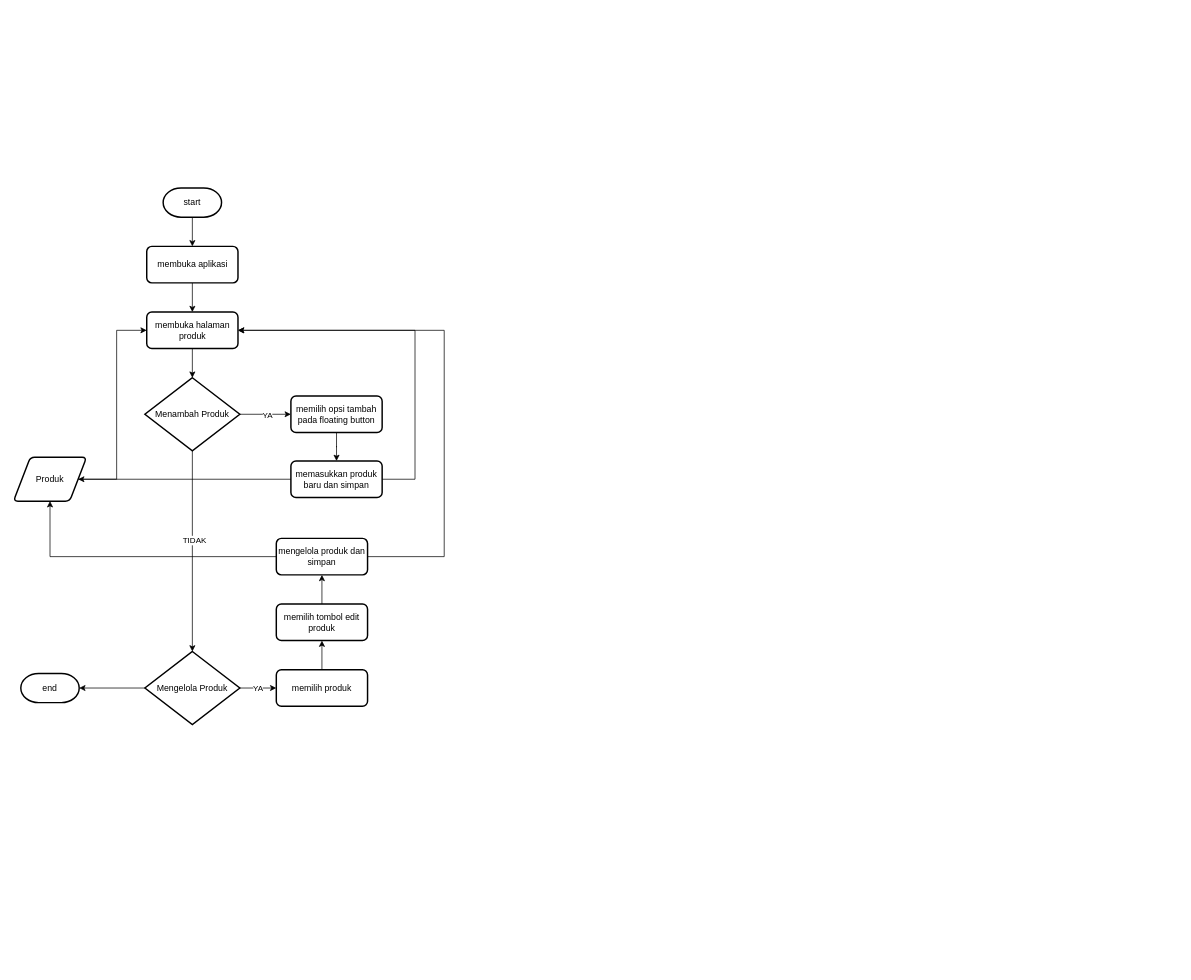
This is page "tambah produk" (10 of 12) of Untitled Diagram.drawio from rukadabra/test, a draw.io file, before an edit. Source tidied: cells renumbered, new cells numbered last; positions are measured from the earlier drawing's top-left corner, leaving out a move shared by most shapes. Both pictures are drawn from the tidied source at 73%, with x=0, y=0 at pixel (13, 188).
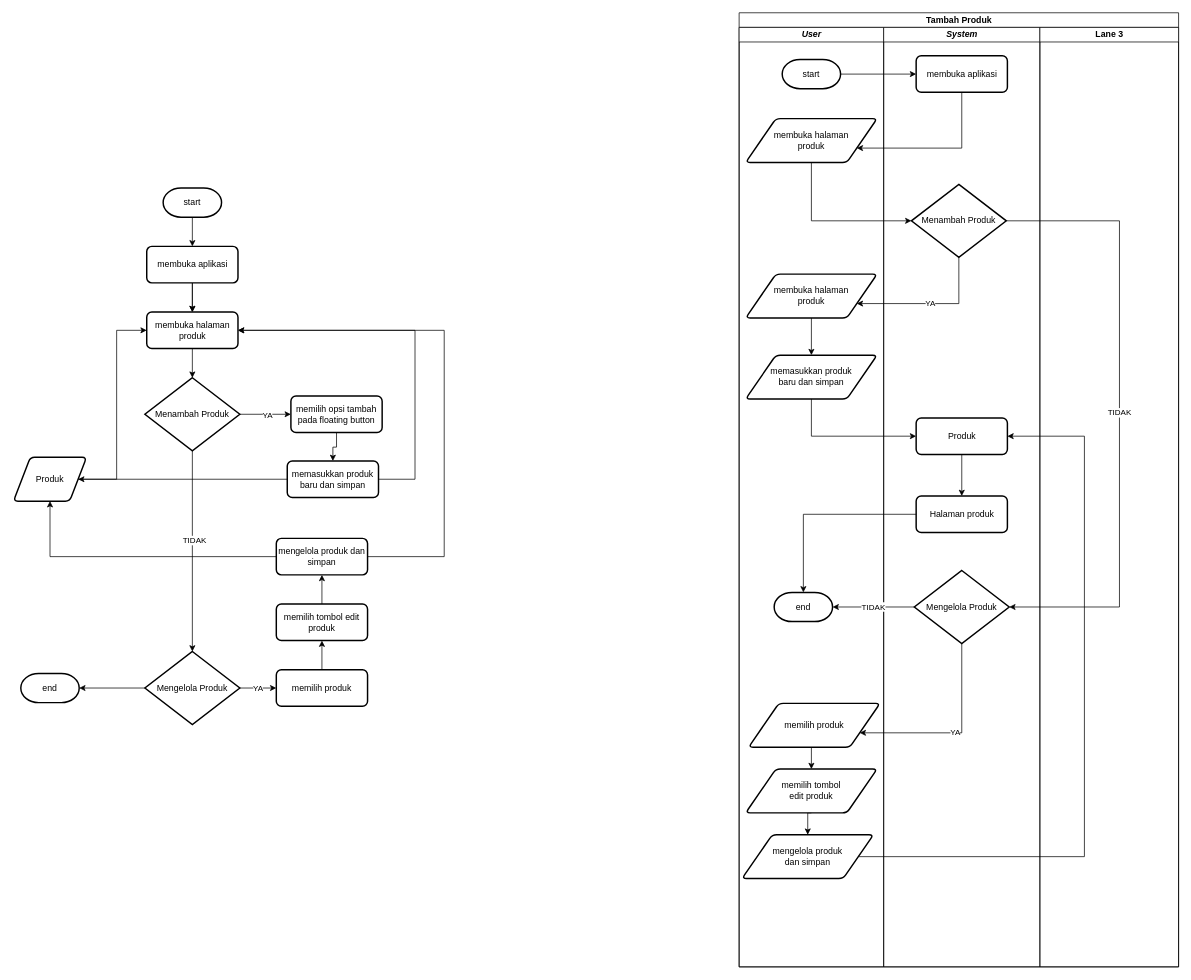
After the change.

Unchanged cells that the change refers to:
```xml
<mxCell id="5" value="membuka aplikasi" style="rounded=1;whiteSpace=wrap;html=1;absoluteArcSize=1;arcSize=14;strokeWidth=2;" parent="1" vertex="1">
  <mxGeometry x="182.5" y="80" width="125" height="50" as="geometry" />
</mxCell>
<mxCell id="9" value="membuka halaman produk" style="rounded=1;whiteSpace=wrap;html=1;absoluteArcSize=1;arcSize=14;strokeWidth=2;" parent="1" vertex="1">
  <mxGeometry x="182.5" y="170" width="125" height="50" as="geometry" />
</mxCell>
```

Diff of the diagram source:
```diff
@@
+    <mxCell id="31" style="edgeStyle=orthogonalEdgeStyle;rounded=0;jettySize=auto;html=1;" parent="1" edge="1" source="5" target="9">
+      <mxGeometry relative="1" as="geometry" />
+    </mxCell>
@@
     <mxCell id="19" value="memasukkan produk baru dan simpan" style="rounded=1;whiteSpace=wrap;html=1;absoluteArcSize=1;arcSize=14;strokeWidth=2;" parent="1" vertex="1">
-      <mxGeometry x="380" y="374" width="125" height="50" as="geometry" />
+      <mxGeometry x="375" y="374" width="125" height="50" as="geometry" />
     </mxCell>
@@
+    <mxCell id="32" value="Tambah Produk" style="swimlane;startSize=20;html=1;" parent="1" vertex="1">
+      <mxGeometry x="994" y="-240" width="602" height="1307" as="geometry" />
+    </mxCell>
+    <mxCell id="33" value="&lt;i&gt;User&lt;/i&gt;" style="swimlane;startSize=20;html=1;" parent="32" vertex="1">
+      <mxGeometry y="20" width="198" height="1287" as="geometry" />
+    </mxCell>
+    <mxCell id="34" value="start" style="strokeWidth=2;html=1;shape=mxgraph.flowchart.terminator;whiteSpace=wrap;" parent="33" vertex="1">
+      <mxGeometry x="59" y="44" width="80" height="40" as="geometry" />
+    </mxCell>
+    <mxCell id="35" value="membuka halaman &lt;br&gt;produk" style="shape=parallelogram;html=1;strokeWidth=2;perimeter=parallelogramPerimeter;whiteSpace=wrap;rounded=1;arcSize=12;size=0.23;" parent="33" vertex="1">
+      <mxGeometry x="9" y="125" width="180" height="60" as="geometry" />
+    </mxCell>
+    <mxCell id="36" style="edgeStyle=orthogonalEdgeStyle;rounded=0;jettySize=auto;html=1;exitX=0.5;exitY=1;exitDx=0;exitDy=0;entryX=0.5;entryY=0;entryDx=0;entryDy=0;" parent="33" edge="1" source="37" target="38">
+      <mxGeometry relative="1" as="geometry" />
+    </mxCell>
+    <mxCell id="37" value="membuka halaman &lt;br&gt;produk" style="shape=parallelogram;html=1;strokeWidth=2;perimeter=parallelogramPerimeter;whiteSpace=wrap;rounded=1;arcSize=12;size=0.23;" parent="33" vertex="1">
+      <mxGeometry x="9" y="338" width="180" height="60" as="geometry" />
+    </mxCell>
+    <mxCell id="38" value="memasukkan produk &lt;br&gt;baru dan simpan" style="shape=parallelogram;html=1;strokeWidth=2;perimeter=parallelogramPerimeter;whiteSpace=wrap;rounded=1;arcSize=12;size=0.23;" parent="33" vertex="1">
+      <mxGeometry x="9" y="449" width="180" height="60" as="geometry" />
+    </mxCell>
+    <mxCell id="39" style="edgeStyle=orthogonalEdgeStyle;rounded=0;orthogonalLoop=1;jettySize=auto;html=1;exitX=0.5;exitY=1;exitDx=0;exitDy=0;" parent="33" edge="1" source="38" target="38">
+      <mxGeometry relative="1" as="geometry" />
+    </mxCell>
+    <mxCell id="40" value="end" style="strokeWidth=2;html=1;shape=mxgraph.flowchart.terminator;whiteSpace=wrap;" parent="33" vertex="1">
+      <mxGeometry x="48" y="774" width="80" height="40" as="geometry" />
+    </mxCell>
+    <mxCell id="41" style="edgeStyle=orthogonalEdgeStyle;rounded=0;jettySize=auto;html=1;exitX=0.5;exitY=1;exitDx=0;exitDy=0;entryX=0.5;entryY=0;entryDx=0;entryDy=0;" parent="33" edge="1" source="42" target="44">
+      <mxGeometry relative="1" as="geometry" />
+    </mxCell>
+    <mxCell id="42" value="memilih produk" style="shape=parallelogram;html=1;strokeWidth=2;perimeter=parallelogramPerimeter;whiteSpace=wrap;rounded=1;arcSize=12;size=0.23;" parent="33" vertex="1">
+      <mxGeometry x="13" y="926" width="180" height="60" as="geometry" />
+    </mxCell>
+    <mxCell id="43" style="edgeStyle=orthogonalEdgeStyle;rounded=0;jettySize=auto;html=1;exitX=0.5;exitY=1;exitDx=0;exitDy=0;entryX=0.5;entryY=0;entryDx=0;entryDy=0;" parent="33" edge="1" source="44" target="45">
+      <mxGeometry relative="1" as="geometry" />
+    </mxCell>
+    <mxCell id="44" value="memilih tombol &lt;br&gt;edit produk" style="shape=parallelogram;html=1;strokeWidth=2;perimeter=parallelogramPerimeter;whiteSpace=wrap;rounded=1;arcSize=12;size=0.23;" parent="33" vertex="1">
+      <mxGeometry x="9" y="1016" width="180" height="60" as="geometry" />
+    </mxCell>
+    <mxCell id="45" value="mengelola produk &lt;br&gt;dan simpan" style="shape=parallelogram;html=1;strokeWidth=2;perimeter=parallelogramPerimeter;whiteSpace=wrap;rounded=1;arcSize=12;size=0.23;" parent="33" vertex="1">
+      <mxGeometry x="4" y="1106" width="180" height="60" as="geometry" />
+    </mxCell>
+    <mxCell id="46" value="&lt;b&gt;&lt;i&gt;System&lt;/i&gt;&lt;/b&gt;" style="swimlane;startSize=20;html=1;" parent="32" vertex="1">
+      <mxGeometry x="198" y="20" width="214" height="1287" as="geometry" />
+    </mxCell>
+    <mxCell id="47" value="membuka aplikasi" style="rounded=1;whiteSpace=wrap;html=1;absoluteArcSize=1;arcSize=14;strokeWidth=2;" parent="46" vertex="1">
+      <mxGeometry x="44.5" y="39" width="125" height="50" as="geometry" />
+    </mxCell>
+    <mxCell id="48" value="TIDAK" style="edgeStyle=orthogonalEdgeStyle;rounded=0;jettySize=auto;html=1;exitX=1;exitY=0.5;exitDx=0;exitDy=0;exitPerimeter=0;entryX=1;entryY=0.5;entryDx=0;entryDy=0;entryPerimeter=0;" parent="46" edge="1" source="49" target="53">
+      <mxGeometry relative="1" as="geometry">
+        <Array as="points">
+          <mxPoint x="323" y="265" />
+          <mxPoint x="323" y="794" />
+        </Array>
+      </mxGeometry>
+    </mxCell>
+    <mxCell id="49" value="Menambah Produk" style="strokeWidth=2;html=1;shape=mxgraph.flowchart.decision;whiteSpace=wrap;" parent="46" vertex="1">
+      <mxGeometry x="38" y="215" width="130" height="100" as="geometry" />
+    </mxCell>
+    <mxCell id="50" value="Produk" style="rounded=1;whiteSpace=wrap;html=1;absoluteArcSize=1;arcSize=14;strokeWidth=2;" parent="46" vertex="1">
+      <mxGeometry x="44.5" y="535" width="125" height="50" as="geometry" />
+    </mxCell>
+    <mxCell id="51" value="Halaman produk" style="rounded=1;whiteSpace=wrap;html=1;absoluteArcSize=1;arcSize=14;strokeWidth=2;" parent="46" vertex="1">
+      <mxGeometry x="44.5" y="642" width="125" height="50" as="geometry" />
+    </mxCell>
+    <mxCell id="52" style="edgeStyle=orthogonalEdgeStyle;rounded=0;jettySize=auto;html=1;exitX=0.5;exitY=1;exitDx=0;exitDy=0;entryX=0.5;entryY=0;entryDx=0;entryDy=0;" parent="46" edge="1" source="50" target="51">
+      <mxGeometry relative="1" as="geometry" />
+    </mxCell>
+    <mxCell id="53" value="Mengelola Produk" style="strokeWidth=2;html=1;shape=mxgraph.flowchart.decision;whiteSpace=wrap;" parent="46" vertex="1">
+      <mxGeometry x="42" y="744" width="130" height="100" as="geometry" />
+    </mxCell>
+    <mxCell id="54" value="Lane 3" style="swimlane;startSize=20;html=1;" parent="32" vertex="1">
+      <mxGeometry x="412" y="20" width="190" height="1287" as="geometry" />
+    </mxCell>
+    <mxCell id="55" style="edgeStyle=orthogonalEdgeStyle;rounded=0;jettySize=auto;html=1;entryX=0;entryY=0.5;entryDx=0;entryDy=0;" parent="32" edge="1" source="34" target="47">
+      <mxGeometry relative="1" as="geometry" />
+    </mxCell>
+    <mxCell id="56" style="edgeStyle=orthogonalEdgeStyle;rounded=0;jettySize=auto;html=1;exitX=0.5;exitY=1;exitDx=0;exitDy=0;entryX=1;entryY=0.75;entryDx=0;entryDy=0;" parent="32" edge="1" source="47" target="35">
+      <mxGeometry relative="1" as="geometry">
+        <Array as="points">
+          <mxPoint x="305" y="185" />
+        </Array>
+      </mxGeometry>
+    </mxCell>
+    <mxCell id="57" style="edgeStyle=orthogonalEdgeStyle;rounded=0;jettySize=auto;html=1;exitX=0.5;exitY=1;exitDx=0;exitDy=0;entryX=0;entryY=0.5;entryDx=0;entryDy=0;entryPerimeter=0;" parent="32" edge="1" source="35" target="49">
+      <mxGeometry relative="1" as="geometry" />
+    </mxCell>
+    <mxCell id="58" value="YA" style="edgeStyle=orthogonalEdgeStyle;rounded=0;jettySize=auto;html=1;exitX=0.5;exitY=1;exitDx=0;exitDy=0;exitPerimeter=0;entryX=1;entryY=0.75;entryDx=0;entryDy=0;" parent="32" edge="1" source="49" target="37">
+      <mxGeometry relative="1" as="geometry">
+        <Array as="points">
+          <mxPoint x="301" y="398" />
+        </Array>
+      </mxGeometry>
+    </mxCell>
+    <mxCell id="59" style="edgeStyle=orthogonalEdgeStyle;rounded=0;jettySize=auto;html=1;exitX=0.5;exitY=1;exitDx=0;exitDy=0;entryX=0;entryY=0.5;entryDx=0;entryDy=0;" parent="32" edge="1" source="38" target="50">
+      <mxGeometry relative="1" as="geometry" />
+    </mxCell>
+    <mxCell id="60" value="TIDAK" style="edgeStyle=orthogonalEdgeStyle;rounded=0;jettySize=auto;html=1;entryX=1;entryY=0.5;entryDx=0;entryDy=0;entryPerimeter=0;exitX=0;exitY=0.5;exitDx=0;exitDy=0;exitPerimeter=0;" parent="32" edge="1" source="53" target="40">
+      <mxGeometry relative="1" as="geometry" />
+    </mxCell>
+    <mxCell id="61" style="edgeStyle=orthogonalEdgeStyle;rounded=0;jettySize=auto;html=1;exitX=0;exitY=0.5;exitDx=0;exitDy=0;entryX=0.5;entryY=0;entryDx=0;entryDy=0;entryPerimeter=0;" parent="32" edge="1" source="51" target="40">
+      <mxGeometry relative="1" as="geometry" />
+    </mxCell>
+    <mxCell id="62" value="YA" style="edgeStyle=orthogonalEdgeStyle;rounded=0;jettySize=auto;html=1;exitX=0.5;exitY=1;exitDx=0;exitDy=0;exitPerimeter=0;entryX=1;entryY=0.75;entryDx=0;entryDy=0;" parent="32" edge="1" source="53" target="42">
+      <mxGeometry relative="1" as="geometry">
+        <Array as="points">
+          <mxPoint x="305" y="986" />
+        </Array>
+      </mxGeometry>
+    </mxCell>
+    <mxCell id="63" style="edgeStyle=orthogonalEdgeStyle;rounded=0;jettySize=auto;html=1;exitX=1;exitY=0.5;exitDx=0;exitDy=0;entryX=1;entryY=0.5;entryDx=0;entryDy=0;" parent="32" edge="1" source="45" target="50">
+      <mxGeometry relative="1" as="geometry">
+        <Array as="points">
+          <mxPoint x="473" y="1156" />
+          <mxPoint x="473" y="580" />
+        </Array>
+      </mxGeometry>
+    </mxCell>
```
